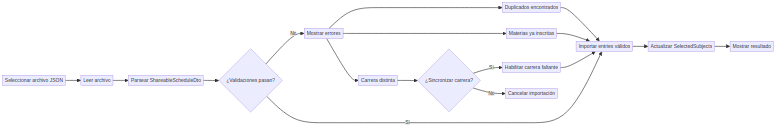
The Mermaid diagram images/diagrams/cap4_f5_share_import_flow_part2.png in smith-3/Taller-Grado-II, before a commit. Its source is kept beside it as images/diagrams/cap4_f5_share_import_flow_part2.mmd. Its diagram source:
```mermaid
flowchart LR
    D[Seleccionar archivo JSON] --> G[Leer archivo]
    G --> H[Parsear ShareableScheduleDto]
    H --> I{¿Validaciones pasan?}

    I -->|No| J[Mostrar errores]
    J --> K[Duplicados encontrados]
    J --> L[Materias ya inscritas]
    J --> M[Carrera distinta]

    M --> N{¿Sincronizar carrera?}
    N -->|Sí| O[Habilitar carrera faltante]
    N -->|No| P[Cancelar importación]

    I -->|Sí| Q[Importar entries válidos]
    O --> Q
    K --> Q
    L --> Q
    Q --> R[Actualizar SelectedSubjects]
    R --> S[Mostrar resultado]
```
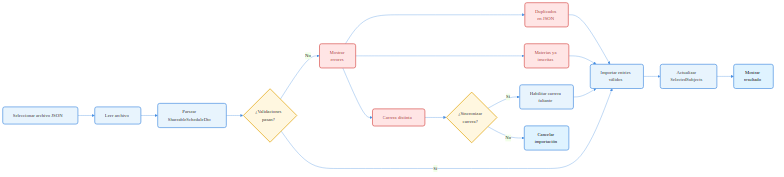
Later version of the same file.

Change to the diagram source:
```diff
@@ -1,20 +1,50 @@
+%%{init: {
+  "theme": "base",
+  "themeVariables": {
+    "fontFamily": "Arial, sans-serif",
+    "fontSize": "14px",
+    "lineColor": "#4A90E2"
+  }
+}}%%
 flowchart LR
-    D[Seleccionar archivo JSON] --> G[Leer archivo]
-    G --> H[Parsear ShareableScheduleDto]
-    H --> I{¿Validaciones pasan?}
+    D[Seleccionar archivo JSON]:::step
+    G[Leer archivo]:::step
+    H[Parsear<br/>ShareableScheduleDto]:::step
 
-    I -->|No| J[Mostrar errores]
-    J --> K[Duplicados encontrados]
-    J --> L[Materias ya inscritas]
-    J --> M[Carrera distinta]
+    I{¿Validaciones<br/>pasan?}:::decision
 
-    M --> N{¿Sincronizar carrera?}
-    N -->|Sí| O[Habilitar carrera faltante]
-    N -->|No| P[Cancelar importación]
+    J[Mostrar<br/>errores]:::error
+    K[Duplicados<br/>en JSON]:::error
+    L[Materias ya<br/>inscritas]:::error
+    M[Carrera distinta]:::error
 
-    I -->|Sí| Q[Importar entries válidos]
-    O --> Q
+    N{¿Sincronizar<br/>carrera?}:::decision
+    O[Habilitar carrera<br/>faltante]:::step
+    P[Cancelar<br/>importación]:::final
+
+    Q[Importar entries<br/>válidos]:::step
+    R[Actualizar<br/>SelectedSubjects]:::step
+    S[Mostrar<br/>resultado]:::final
+
+    D --> G --> H --> I
+
+    I -->|No| J
+    J --> K
+    J --> L
+    J --> M
+
+    M --> N
+    N -->|Sí| O --> Q
+    N -->|No| P
+
+    I -->|Sí| Q
+
     K --> Q
     L --> Q
-    Q --> R[Actualizar SelectedSubjects]
-    R --> S[Mostrar resultado]
+
+    Q --> R --> S
+
+    classDef step fill:#E8F4FD,stroke:#4A90E2,stroke-width:2px,color:#333,rx:6,ry:6;
+    classDef decision fill:#FFF7E0,stroke:#E0A100,stroke-width:2px,color:#333,rx:6,ry:6;
+    classDef final fill:#DFF3FF,stroke:#4A90E2,stroke-width:2px,color:#000,rx:6,ry:6;
+    classDef error fill:#FFE5E5,stroke:#D9534F,stroke-width:2px,color:#A94442,rx:6,ry:6;
```
